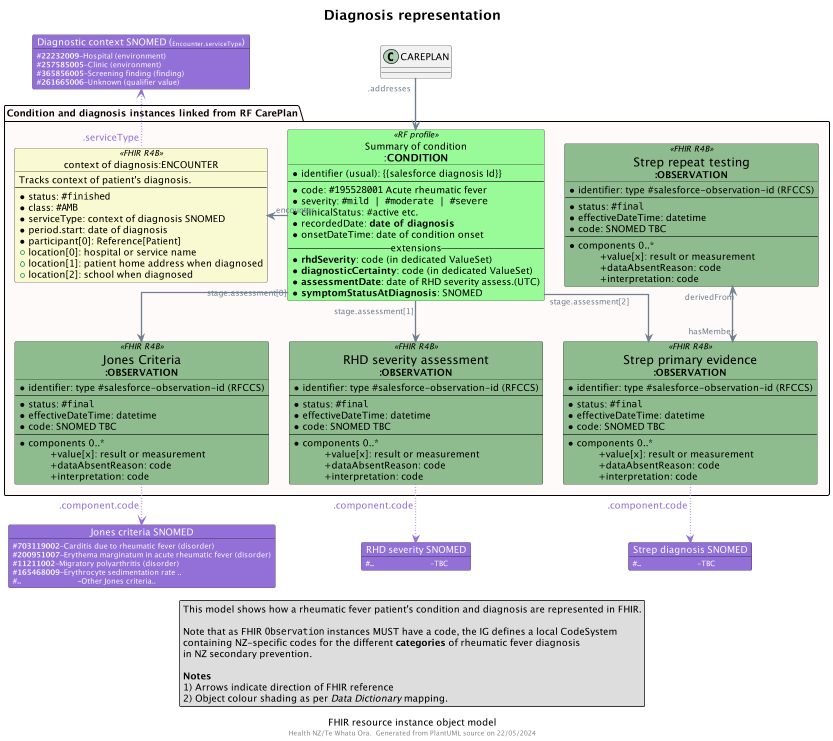
Before: input/images/obj-FHIR-data-diagnosis.png, a diagram exported from PlantUML (tijijose/cinc-fhir-ig).
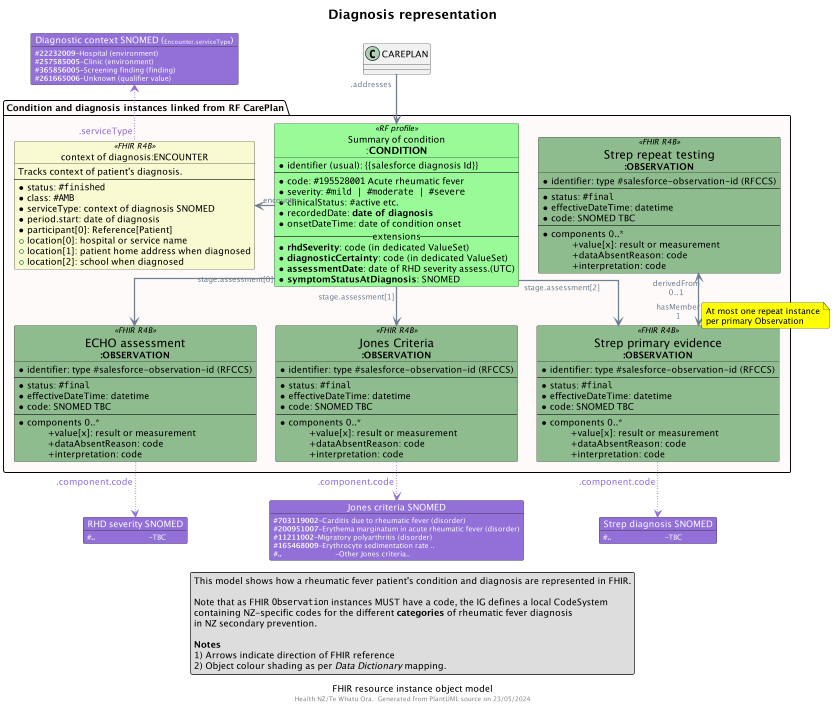
After the commit.

Commit message:
revised diagnosis data design

The edit, as a diff of the source:
```diff
@@ -68,7 +68,7 @@
 
 
 
-  object "<size:18>Jones Criteria\n**:OBSERVATION**" as OBS1 <<FHIR R4B>> #DarkSeaGreen {
+  object "<size:18>ECHO assessment\n**:OBSERVATION**" as OBS1 <<FHIR R4B>> #DarkSeaGreen {
     *identifier: type #salesforce-observation-id (RFCCS)
     ---
     * status: ""#final""
@@ -81,7 +81,7 @@
     \t+interpretation: code
   }
 
-  object "<size:18>RHD severity assessment\n**:OBSERVATION**" as OBS2 <<FHIR R4B>> #DarkSeaGreen {
+  object "<size:18>Jones Criteria\n**:OBSERVATION**" as OBS2 <<FHIR R4B>> #DarkSeaGreen {
     *identifier: type #salesforce-observation-id (RFCCS)
     ---
     * status: ""#final""
@@ -145,12 +145,16 @@
 RFCOND "stage.assessment[0]" -d-> OBS1
 RFCOND "stage.assessment[1]" -d-> OBS2
 RFCOND "stage.assessment[2]" -d-> OBS3
-OBS3 "hasMember" <-[norank]-> "derivedFrom" OBS4
+OBS3 "hasMember\n1" <-[norank]-> "derivedFrom\n0..1" OBS4
+note on link #Yellow
+At most one repeat instance
+per primary Observation
+endnote
 
 DENCOUNTER "\n\n\n<color:MediumPurple><size:14>.serviceType" -[#MediumPurple,dotted]u-> EncContext
 
-OBS1 "\n<color:MediumPurple><size:14>.component.code" -[#MediumPurple,dotted]d-> JONESCODING
-OBS2 "\n<color:MediumPurple><size:14>.component.code" -[#MediumPurple,dotted]d-> SEVCODING
+OBS1 "\n<color:MediumPurple><size:14>.component.code" -[#MediumPurple,dotted]d-> SEVCODING
+OBS2 "\n<color:MediumPurple><size:14>.component.code" -[#MediumPurple,dotted]d-> JONESCODING
 OBS3 "\n<color:MediumPurple><size:14>.component.code" -[#MediumPurple,dotted]d-> STREPCODING
 
 legend bottom
```
